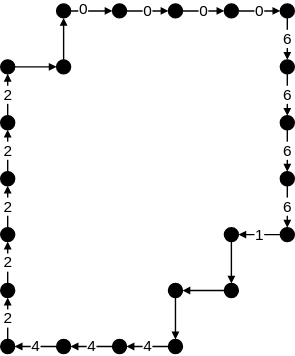
Above: Processamento de Imagens - Atividades do dia 2022-06-09.svg in mdmundo/diagrams (draw.io), before the change. Source tidied: cells renumbered, new cells last; positions are measured from the earlier drawing's top-left corner, leaving out a move shared by most shapes. Source of this version:
```xml
<mxGraphModel>
  <root>
    <mxCell id="0" />
    <mxCell id="1" parent="0" />
    <mxCell id="2" style="edgeStyle=none;rounded=0;jumpSize=6;jettySize=auto;html=1;entryX=0;entryY=0.5;entryDx=0;entryDy=0;endArrow=block;endFill=1;startSize=3;endSize=3;strokeWidth=1;" parent="1" edge="1" source="3" target="42">
      <mxGeometry relative="1" as="geometry" />
    </mxCell>
    <mxCell id="3" style="ellipse;whiteSpace=wrap;html=1;fillColor=#000000;" parent="1" vertex="1">
      <mxGeometry y="40" width="10" height="10" as="geometry" />
    </mxCell>
    <mxCell id="4" style="edgeStyle=none;rounded=0;jumpSize=6;jettySize=auto;html=1;endArrow=block;endFill=1;startSize=3;endSize=3;strokeWidth=1;" parent="1" edge="1" source="6" target="8">
      <mxGeometry relative="1" as="geometry" />
    </mxCell>
    <mxCell id="5" value="0" style="edgeLabel;html=1;align=center;verticalAlign=middle;" parent="4" vertex="1">
      <mxGeometry x="-0.37" y="1" relative="1" as="geometry" />
    </mxCell>
    <mxCell id="6" style="ellipse;whiteSpace=wrap;html=1;fillColor=#000000;" parent="1" vertex="1">
      <mxGeometry x="40" width="10" height="10" as="geometry" />
    </mxCell>
    <mxCell id="7" value="0" style="edgeStyle=none;rounded=0;jumpSize=6;jettySize=auto;html=1;endArrow=block;endFill=1;startSize=3;endSize=3;strokeWidth=1;" parent="1" edge="1" source="8" target="10">
      <mxGeometry relative="1" as="geometry" />
    </mxCell>
    <mxCell id="8" style="ellipse;whiteSpace=wrap;html=1;fillColor=#000000;" parent="1" vertex="1">
      <mxGeometry x="80" width="10" height="10" as="geometry" />
    </mxCell>
    <mxCell id="9" value="0" style="edgeStyle=none;rounded=0;jumpSize=6;jettySize=auto;html=1;endArrow=block;endFill=1;startSize=3;endSize=3;strokeWidth=1;" parent="1" edge="1" source="10" target="12">
      <mxGeometry relative="1" as="geometry" />
    </mxCell>
    <mxCell id="10" style="ellipse;whiteSpace=wrap;html=1;fillColor=#000000;" parent="1" vertex="1">
      <mxGeometry x="120" width="10" height="10" as="geometry" />
    </mxCell>
    <mxCell id="11" value="0" style="edgeStyle=none;rounded=0;jumpSize=6;jettySize=auto;html=1;endArrow=block;endFill=1;startSize=3;endSize=3;strokeWidth=1;" parent="1" edge="1" source="12" target="14">
      <mxGeometry relative="1" as="geometry" />
    </mxCell>
    <mxCell id="12" style="ellipse;whiteSpace=wrap;html=1;fillColor=#000000;" parent="1" vertex="1">
      <mxGeometry x="160" width="10" height="10" as="geometry" />
    </mxCell>
    <mxCell id="13" value="6" style="edgeStyle=none;rounded=0;jumpSize=6;jettySize=auto;html=1;endArrow=block;endFill=1;startSize=3;endSize=3;strokeWidth=1;" parent="1" edge="1" source="14" target="16">
      <mxGeometry relative="1" as="geometry" />
    </mxCell>
    <mxCell id="14" style="ellipse;whiteSpace=wrap;html=1;fillColor=#000000;" parent="1" vertex="1">
      <mxGeometry x="200" width="10" height="10" as="geometry" />
    </mxCell>
    <mxCell id="15" value="6" style="edgeStyle=none;rounded=0;jumpSize=6;jettySize=auto;html=1;endArrow=block;endFill=1;startSize=3;endSize=3;strokeWidth=1;" parent="1" edge="1" source="16" target="18">
      <mxGeometry relative="1" as="geometry" />
    </mxCell>
    <mxCell id="16" style="ellipse;whiteSpace=wrap;html=1;fillColor=#000000;" parent="1" vertex="1">
      <mxGeometry x="200" y="40" width="10" height="10" as="geometry" />
    </mxCell>
    <mxCell id="17" value="6" style="edgeStyle=none;rounded=0;jumpSize=6;jettySize=auto;html=1;endArrow=block;endFill=1;startSize=3;endSize=3;strokeWidth=1;" parent="1" edge="1" source="18" target="20">
      <mxGeometry relative="1" as="geometry" />
    </mxCell>
    <mxCell id="18" style="ellipse;whiteSpace=wrap;html=1;fillColor=#000000;" parent="1" vertex="1">
      <mxGeometry x="200" y="80" width="10" height="10" as="geometry" />
    </mxCell>
    <mxCell id="19" value="6" style="edgeStyle=none;rounded=0;jumpSize=6;jettySize=auto;html=1;endArrow=block;endFill=1;startSize=3;endSize=3;strokeWidth=1;" parent="1" edge="1" source="20" target="22">
      <mxGeometry relative="1" as="geometry" />
    </mxCell>
    <mxCell id="20" style="ellipse;whiteSpace=wrap;html=1;fillColor=#000000;" parent="1" vertex="1">
      <mxGeometry x="200" y="120" width="10" height="10" as="geometry" />
    </mxCell>
    <mxCell id="21" value="1" style="edgeStyle=none;rounded=0;jumpSize=6;jettySize=auto;html=1;endArrow=block;endFill=1;startSize=3;endSize=3;strokeWidth=1;" parent="1" edge="1" source="22" target="24">
      <mxGeometry relative="1" as="geometry" />
    </mxCell>
    <mxCell id="22" style="ellipse;whiteSpace=wrap;html=1;fillColor=#000000;" parent="1" vertex="1">
      <mxGeometry x="200" y="160" width="10" height="10" as="geometry" />
    </mxCell>
    <mxCell id="23" style="edgeStyle=none;rounded=0;jumpSize=6;jettySize=auto;html=1;endArrow=block;endFill=1;startSize=3;endSize=3;strokeWidth=1;" parent="1" edge="1" source="24" target="44">
      <mxGeometry relative="1" as="geometry" />
    </mxCell>
    <mxCell id="24" style="ellipse;whiteSpace=wrap;html=1;fillColor=#000000;" parent="1" vertex="1">
      <mxGeometry x="160" y="160" width="10" height="10" as="geometry" />
    </mxCell>
    <mxCell id="25" value="4" style="edgeStyle=none;rounded=0;jumpSize=6;jettySize=auto;html=1;endArrow=block;endFill=1;startSize=3;endSize=3;strokeWidth=1;" parent="1" edge="1" source="26" target="28">
      <mxGeometry relative="1" as="geometry" />
    </mxCell>
    <mxCell id="26" style="ellipse;whiteSpace=wrap;html=1;fillColor=#000000;" parent="1" vertex="1">
      <mxGeometry x="120" y="240" width="10" height="10" as="geometry" />
    </mxCell>
    <mxCell id="27" value="4" style="edgeStyle=none;rounded=0;jumpSize=6;jettySize=auto;html=1;endArrow=block;endFill=1;startSize=3;endSize=3;strokeWidth=1;" parent="1" edge="1" source="28" target="30">
      <mxGeometry relative="1" as="geometry" />
    </mxCell>
    <mxCell id="28" style="ellipse;whiteSpace=wrap;html=1;fillColor=#000000;" parent="1" vertex="1">
      <mxGeometry x="80" y="240" width="10" height="10" as="geometry" />
    </mxCell>
    <mxCell id="29" value="4" style="edgeStyle=none;rounded=0;jumpSize=6;jettySize=auto;html=1;endArrow=block;endFill=1;startSize=3;endSize=3;strokeWidth=1;" parent="1" edge="1" source="30" target="32">
      <mxGeometry relative="1" as="geometry" />
    </mxCell>
    <mxCell id="30" style="ellipse;whiteSpace=wrap;html=1;fillColor=#000000;" parent="1" vertex="1">
      <mxGeometry x="40" y="240" width="10" height="10" as="geometry" />
    </mxCell>
    <mxCell id="31" value="2" style="edgeStyle=none;rounded=0;jumpSize=6;jettySize=auto;html=1;endArrow=block;endFill=1;startSize=3;endSize=3;strokeWidth=1;" parent="1" edge="1" source="32" target="34">
      <mxGeometry relative="1" as="geometry" />
    </mxCell>
    <mxCell id="32" style="ellipse;whiteSpace=wrap;html=1;fillColor=#000000;" parent="1" vertex="1">
      <mxGeometry y="240" width="10" height="10" as="geometry" />
    </mxCell>
    <mxCell id="33" value="2" style="edgeStyle=none;rounded=0;jumpSize=6;jettySize=auto;html=1;endArrow=block;endFill=1;startSize=3;endSize=3;strokeWidth=1;" parent="1" edge="1" source="34" target="36">
      <mxGeometry relative="1" as="geometry" />
    </mxCell>
    <mxCell id="34" style="ellipse;whiteSpace=wrap;html=1;fillColor=#000000;" parent="1" vertex="1">
      <mxGeometry y="200" width="10" height="10" as="geometry" />
    </mxCell>
    <mxCell id="35" value="2" style="edgeStyle=none;rounded=0;jumpSize=6;jettySize=auto;html=1;endArrow=block;endFill=1;startSize=3;endSize=3;strokeWidth=1;" parent="1" edge="1" source="36" target="38">
      <mxGeometry relative="1" as="geometry" />
    </mxCell>
    <mxCell id="36" style="ellipse;whiteSpace=wrap;html=1;fillColor=#000000;" parent="1" vertex="1">
      <mxGeometry y="160" width="10" height="10" as="geometry" />
    </mxCell>
    <mxCell id="37" value="2" style="edgeStyle=none;rounded=0;jumpSize=6;jettySize=auto;html=1;endArrow=block;endFill=1;startSize=3;endSize=3;strokeWidth=1;" parent="1" edge="1" source="38" target="40">
      <mxGeometry relative="1" as="geometry" />
    </mxCell>
    <mxCell id="38" style="ellipse;whiteSpace=wrap;html=1;fillColor=#000000;" parent="1" vertex="1">
      <mxGeometry y="120" width="10" height="10" as="geometry" />
    </mxCell>
    <mxCell id="39" value="2" style="edgeStyle=none;rounded=0;jumpSize=6;jettySize=auto;html=1;entryX=0.5;entryY=1;entryDx=0;entryDy=0;endArrow=block;endFill=1;startSize=3;endSize=3;strokeWidth=1;" parent="1" edge="1" source="40" target="3">
      <mxGeometry relative="1" as="geometry" />
    </mxCell>
    <mxCell id="40" style="ellipse;whiteSpace=wrap;html=1;fillColor=#000000;" parent="1" vertex="1">
      <mxGeometry y="80" width="10" height="10" as="geometry" />
    </mxCell>
    <mxCell id="41" style="edgeStyle=none;rounded=0;jumpSize=6;jettySize=auto;html=1;entryX=0.5;entryY=1;entryDx=0;entryDy=0;endArrow=block;endFill=1;startSize=3;endSize=3;strokeWidth=1;" parent="1" edge="1" source="42" target="6">
      <mxGeometry relative="1" as="geometry" />
    </mxCell>
    <mxCell id="42" style="ellipse;whiteSpace=wrap;html=1;fillColor=#000000;" parent="1" vertex="1">
      <mxGeometry x="40" y="40" width="10" height="10" as="geometry" />
    </mxCell>
    <mxCell id="43" style="edgeStyle=none;rounded=0;jumpSize=6;jettySize=auto;html=1;endArrow=block;endFill=1;startSize=3;endSize=3;strokeWidth=1;" parent="1" edge="1" source="44" target="46">
      <mxGeometry relative="1" as="geometry" />
    </mxCell>
    <mxCell id="44" style="ellipse;whiteSpace=wrap;html=1;fillColor=#000000;" parent="1" vertex="1">
      <mxGeometry x="160" y="200" width="10" height="10" as="geometry" />
    </mxCell>
    <mxCell id="45" style="edgeStyle=none;rounded=0;jumpSize=6;jettySize=auto;html=1;entryX=0.5;entryY=0;entryDx=0;entryDy=0;endArrow=block;endFill=1;startSize=3;endSize=3;strokeWidth=1;" parent="1" edge="1" source="46" target="26">
      <mxGeometry relative="1" as="geometry" />
    </mxCell>
    <mxCell id="46" style="ellipse;whiteSpace=wrap;html=1;fillColor=#000000;" parent="1" vertex="1">
      <mxGeometry x="120" y="200" width="10" height="10" as="geometry" />
    </mxCell>
  </root>
</mxGraphModel>
```
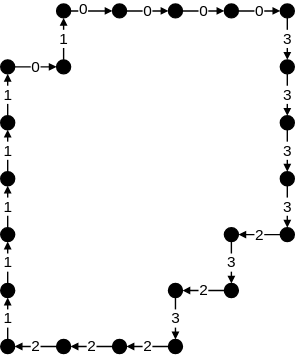
Above is the later version.

What changed in the source:
```diff
@@ -2,7 +2,7 @@
   <root>
     <mxCell id="0" />
     <mxCell id="1" parent="0" />
-    <mxCell id="2" style="edgeStyle=none;rounded=0;jumpSize=6;jettySize=auto;html=1;entryX=0;entryY=0.5;entryDx=0;entryDy=0;endArrow=block;endFill=1;startSize=3;endSize=3;strokeWidth=1;" parent="1" edge="1" source="3" target="42">
+    <mxCell id="2" value="0" style="edgeStyle=none;rounded=0;jumpSize=6;jettySize=auto;html=1;entryX=0;entryY=0.5;entryDx=0;entryDy=0;endArrow=block;endFill=1;startSize=3;endSize=3;strokeWidth=1;" parent="1" edge="1" source="3" target="42">
       <mxGeometry relative="1" as="geometry" />
     </mxCell>
     <mxCell id="3" style="ellipse;whiteSpace=wrap;html=1;fillColor=#000000;" parent="1" vertex="1">
@@ -35,103 +35,103 @@
     <mxCell id="12" style="ellipse;whiteSpace=wrap;html=1;fillColor=#000000;" parent="1" vertex="1">
       <mxGeometry x="160" width="10" height="10" as="geometry" />
     </mxCell>
-    <mxCell id="13" value="6" style="edgeStyle=none;rounded=0;jumpSize=6;jettySize=auto;html=1;endArrow=block;endFill=1;startSize=3;endSize=3;strokeWidth=1;" parent="1" edge="1" source="14" target="16">
+    <mxCell id="13" value="3" style="edgeStyle=none;rounded=0;jumpSize=6;jettySize=auto;html=1;endArrow=block;endFill=1;startSize=3;endSize=3;strokeWidth=1;" parent="1" edge="1" source="14" target="16">
       <mxGeometry relative="1" as="geometry" />
     </mxCell>
     <mxCell id="14" style="ellipse;whiteSpace=wrap;html=1;fillColor=#000000;" parent="1" vertex="1">
       <mxGeometry x="200" width="10" height="10" as="geometry" />
     </mxCell>
-    <mxCell id="15" value="6" style="edgeStyle=none;rounded=0;jumpSize=6;jettySize=auto;html=1;endArrow=block;endFill=1;startSize=3;endSize=3;strokeWidth=1;" parent="1" edge="1" source="16" target="18">
+    <mxCell id="15" value="3" style="edgeStyle=none;rounded=0;jumpSize=6;jettySize=auto;html=1;endArrow=block;endFill=1;startSize=3;endSize=3;strokeWidth=1;" parent="1" edge="1" source="16" target="18">
       <mxGeometry relative="1" as="geometry" />
     </mxCell>
     <mxCell id="16" style="ellipse;whiteSpace=wrap;html=1;fillColor=#000000;" parent="1" vertex="1">
       <mxGeometry x="200" y="40" width="10" height="10" as="geometry" />
     </mxCell>
-    <mxCell id="17" value="6" style="edgeStyle=none;rounded=0;jumpSize=6;jettySize=auto;html=1;endArrow=block;endFill=1;startSize=3;endSize=3;strokeWidth=1;" parent="1" edge="1" source="18" target="20">
+    <mxCell id="17" value="3" style="edgeStyle=none;rounded=0;jumpSize=6;jettySize=auto;html=1;endArrow=block;endFill=1;startSize=3;endSize=3;strokeWidth=1;" parent="1" edge="1" source="18" target="20">
       <mxGeometry relative="1" as="geometry" />
     </mxCell>
     <mxCell id="18" style="ellipse;whiteSpace=wrap;html=1;fillColor=#000000;" parent="1" vertex="1">
       <mxGeometry x="200" y="80" width="10" height="10" as="geometry" />
     </mxCell>
-    <mxCell id="19" value="6" style="edgeStyle=none;rounded=0;jumpSize=6;jettySize=auto;html=1;endArrow=block;endFill=1;startSize=3;endSize=3;strokeWidth=1;" parent="1" edge="1" source="20" target="22">
+    <mxCell id="19" value="3" style="edgeStyle=none;rounded=0;jumpSize=6;jettySize=auto;html=1;endArrow=block;endFill=1;startSize=3;endSize=3;strokeWidth=1;" parent="1" edge="1" source="20" target="22">
       <mxGeometry relative="1" as="geometry" />
     </mxCell>
     <mxCell id="20" style="ellipse;whiteSpace=wrap;html=1;fillColor=#000000;" parent="1" vertex="1">
       <mxGeometry x="200" y="120" width="10" height="10" as="geometry" />
     </mxCell>
-    <mxCell id="21" value="1" style="edgeStyle=none;rounded=0;jumpSize=6;jettySize=auto;html=1;endArrow=block;endFill=1;startSize=3;endSize=3;strokeWidth=1;" parent="1" edge="1" source="22" target="24">
+    <mxCell id="21" value="2" style="edgeStyle=none;rounded=0;jumpSize=6;jettySize=auto;html=1;endArrow=block;endFill=1;startSize=3;endSize=3;strokeWidth=1;" parent="1" edge="1" source="22" target="24">
       <mxGeometry relative="1" as="geometry" />
     </mxCell>
     <mxCell id="22" style="ellipse;whiteSpace=wrap;html=1;fillColor=#000000;" parent="1" vertex="1">
       <mxGeometry x="200" y="160" width="10" height="10" as="geometry" />
     </mxCell>
-    <mxCell id="23" style="edgeStyle=none;rounded=0;jumpSize=6;jettySize=auto;html=1;endArrow=block;endFill=1;startSize=3;endSize=3;strokeWidth=1;" parent="1" edge="1" source="24" target="44">
+    <mxCell id="23" value="3" style="edgeStyle=none;rounded=0;jumpSize=6;jettySize=auto;html=1;endArrow=block;endFill=1;startSize=3;endSize=3;strokeWidth=1;" parent="1" edge="1" source="24" target="44">
       <mxGeometry relative="1" as="geometry" />
     </mxCell>
     <mxCell id="24" style="ellipse;whiteSpace=wrap;html=1;fillColor=#000000;" parent="1" vertex="1">
       <mxGeometry x="160" y="160" width="10" height="10" as="geometry" />
     </mxCell>
-    <mxCell id="25" value="4" style="edgeStyle=none;rounded=0;jumpSize=6;jettySize=auto;html=1;endArrow=block;endFill=1;startSize=3;endSize=3;strokeWidth=1;" parent="1" edge="1" source="26" target="28">
+    <mxCell id="25" value="2" style="edgeStyle=none;rounded=0;jumpSize=6;jettySize=auto;html=1;endArrow=block;endFill=1;startSize=3;endSize=3;strokeWidth=1;" parent="1" edge="1" source="26" target="28">
       <mxGeometry relative="1" as="geometry" />
     </mxCell>
     <mxCell id="26" style="ellipse;whiteSpace=wrap;html=1;fillColor=#000000;" parent="1" vertex="1">
       <mxGeometry x="120" y="240" width="10" height="10" as="geometry" />
     </mxCell>
-    <mxCell id="27" value="4" style="edgeStyle=none;rounded=0;jumpSize=6;jettySize=auto;html=1;endArrow=block;endFill=1;startSize=3;endSize=3;strokeWidth=1;" parent="1" edge="1" source="28" target="30">
+    <mxCell id="27" value="2" style="edgeStyle=none;rounded=0;jumpSize=6;jettySize=auto;html=1;endArrow=block;endFill=1;startSize=3;endSize=3;strokeWidth=1;" parent="1" edge="1" source="28" target="30">
       <mxGeometry relative="1" as="geometry" />
     </mxCell>
     <mxCell id="28" style="ellipse;whiteSpace=wrap;html=1;fillColor=#000000;" parent="1" vertex="1">
       <mxGeometry x="80" y="240" width="10" height="10" as="geometry" />
     </mxCell>
-    <mxCell id="29" value="4" style="edgeStyle=none;rounded=0;jumpSize=6;jettySize=auto;html=1;endArrow=block;endFill=1;startSize=3;endSize=3;strokeWidth=1;" parent="1" edge="1" source="30" target="32">
+    <mxCell id="29" value="2" style="edgeStyle=none;rounded=0;jumpSize=6;jettySize=auto;html=1;endArrow=block;endFill=1;startSize=3;endSize=3;strokeWidth=1;" parent="1" edge="1" source="30" target="32">
       <mxGeometry relative="1" as="geometry" />
     </mxCell>
     <mxCell id="30" style="ellipse;whiteSpace=wrap;html=1;fillColor=#000000;" parent="1" vertex="1">
       <mxGeometry x="40" y="240" width="10" height="10" as="geometry" />
     </mxCell>
-    <mxCell id="31" value="2" style="edgeStyle=none;rounded=0;jumpSize=6;jettySize=auto;html=1;endArrow=block;endFill=1;startSize=3;endSize=3;strokeWidth=1;" parent="1" edge="1" source="32" target="34">
+    <mxCell id="31" value="1" style="edgeStyle=none;rounded=0;jumpSize=6;jettySize=auto;html=1;endArrow=block;endFill=1;startSize=3;endSize=3;strokeWidth=1;" parent="1" edge="1" source="32" target="34">
       <mxGeometry relative="1" as="geometry" />
     </mxCell>
     <mxCell id="32" style="ellipse;whiteSpace=wrap;html=1;fillColor=#000000;" parent="1" vertex="1">
       <mxGeometry y="240" width="10" height="10" as="geometry" />
     </mxCell>
-    <mxCell id="33" value="2" style="edgeStyle=none;rounded=0;jumpSize=6;jettySize=auto;html=1;endArrow=block;endFill=1;startSize=3;endSize=3;strokeWidth=1;" parent="1" edge="1" source="34" target="36">
+    <mxCell id="33" value="1" style="edgeStyle=none;rounded=0;jumpSize=6;jettySize=auto;html=1;endArrow=block;endFill=1;startSize=3;endSize=3;strokeWidth=1;" parent="1" edge="1" source="34" target="36">
       <mxGeometry relative="1" as="geometry" />
     </mxCell>
     <mxCell id="34" style="ellipse;whiteSpace=wrap;html=1;fillColor=#000000;" parent="1" vertex="1">
       <mxGeometry y="200" width="10" height="10" as="geometry" />
     </mxCell>
-    <mxCell id="35" value="2" style="edgeStyle=none;rounded=0;jumpSize=6;jettySize=auto;html=1;endArrow=block;endFill=1;startSize=3;endSize=3;strokeWidth=1;" parent="1" edge="1" source="36" target="38">
+    <mxCell id="35" value="1" style="edgeStyle=none;rounded=0;jumpSize=6;jettySize=auto;html=1;endArrow=block;endFill=1;startSize=3;endSize=3;strokeWidth=1;" parent="1" edge="1" source="36" target="38">
       <mxGeometry relative="1" as="geometry" />
     </mxCell>
     <mxCell id="36" style="ellipse;whiteSpace=wrap;html=1;fillColor=#000000;" parent="1" vertex="1">
       <mxGeometry y="160" width="10" height="10" as="geometry" />
     </mxCell>
-    <mxCell id="37" value="2" style="edgeStyle=none;rounded=0;jumpSize=6;jettySize=auto;html=1;endArrow=block;endFill=1;startSize=3;endSize=3;strokeWidth=1;" parent="1" edge="1" source="38" target="40">
+    <mxCell id="37" value="1" style="edgeStyle=none;rounded=0;jumpSize=6;jettySize=auto;html=1;endArrow=block;endFill=1;startSize=3;endSize=3;strokeWidth=1;" parent="1" edge="1" source="38" target="40">
       <mxGeometry relative="1" as="geometry" />
     </mxCell>
     <mxCell id="38" style="ellipse;whiteSpace=wrap;html=1;fillColor=#000000;" parent="1" vertex="1">
       <mxGeometry y="120" width="10" height="10" as="geometry" />
     </mxCell>
-    <mxCell id="39" value="2" style="edgeStyle=none;rounded=0;jumpSize=6;jettySize=auto;html=1;entryX=0.5;entryY=1;entryDx=0;entryDy=0;endArrow=block;endFill=1;startSize=3;endSize=3;strokeWidth=1;" parent="1" edge="1" source="40" target="3">
+    <mxCell id="39" value="1" style="edgeStyle=none;rounded=0;jumpSize=6;jettySize=auto;html=1;entryX=0.5;entryY=1;entryDx=0;entryDy=0;endArrow=block;endFill=1;startSize=3;endSize=3;strokeWidth=1;" parent="1" edge="1" source="40" target="3">
       <mxGeometry relative="1" as="geometry" />
     </mxCell>
     <mxCell id="40" style="ellipse;whiteSpace=wrap;html=1;fillColor=#000000;" parent="1" vertex="1">
       <mxGeometry y="80" width="10" height="10" as="geometry" />
     </mxCell>
-    <mxCell id="41" style="edgeStyle=none;rounded=0;jumpSize=6;jettySize=auto;html=1;entryX=0.5;entryY=1;entryDx=0;entryDy=0;endArrow=block;endFill=1;startSize=3;endSize=3;strokeWidth=1;" parent="1" edge="1" source="42" target="6">
+    <mxCell id="41" value="1" style="edgeStyle=none;rounded=0;jumpSize=6;jettySize=auto;html=1;entryX=0.5;entryY=1;entryDx=0;entryDy=0;endArrow=block;endFill=1;startSize=3;endSize=3;strokeWidth=1;" parent="1" edge="1" source="42" target="6">
       <mxGeometry relative="1" as="geometry" />
     </mxCell>
     <mxCell id="42" style="ellipse;whiteSpace=wrap;html=1;fillColor=#000000;" parent="1" vertex="1">
       <mxGeometry x="40" y="40" width="10" height="10" as="geometry" />
     </mxCell>
-    <mxCell id="43" style="edgeStyle=none;rounded=0;jumpSize=6;jettySize=auto;html=1;endArrow=block;endFill=1;startSize=3;endSize=3;strokeWidth=1;" parent="1" edge="1" source="44" target="46">
+    <mxCell id="43" value="2" style="edgeStyle=none;rounded=0;jumpSize=6;jettySize=auto;html=1;endArrow=block;endFill=1;startSize=3;endSize=3;strokeWidth=1;" parent="1" edge="1" source="44" target="46">
       <mxGeometry relative="1" as="geometry" />
     </mxCell>
     <mxCell id="44" style="ellipse;whiteSpace=wrap;html=1;fillColor=#000000;" parent="1" vertex="1">
       <mxGeometry x="160" y="200" width="10" height="10" as="geometry" />
     </mxCell>
-    <mxCell id="45" style="edgeStyle=none;rounded=0;jumpSize=6;jettySize=auto;html=1;entryX=0.5;entryY=0;entryDx=0;entryDy=0;endArrow=block;endFill=1;startSize=3;endSize=3;strokeWidth=1;" parent="1" edge="1" source="46" target="26">
+    <mxCell id="45" value="3" style="edgeStyle=none;rounded=0;jumpSize=6;jettySize=auto;html=1;entryX=0.5;entryY=0;entryDx=0;entryDy=0;endArrow=block;endFill=1;startSize=3;endSize=3;strokeWidth=1;" parent="1" edge="1" source="46" target="26">
       <mxGeometry relative="1" as="geometry" />
     </mxCell>
     <mxCell id="46" style="ellipse;whiteSpace=wrap;html=1;fillColor=#000000;" parent="1" vertex="1">
```
